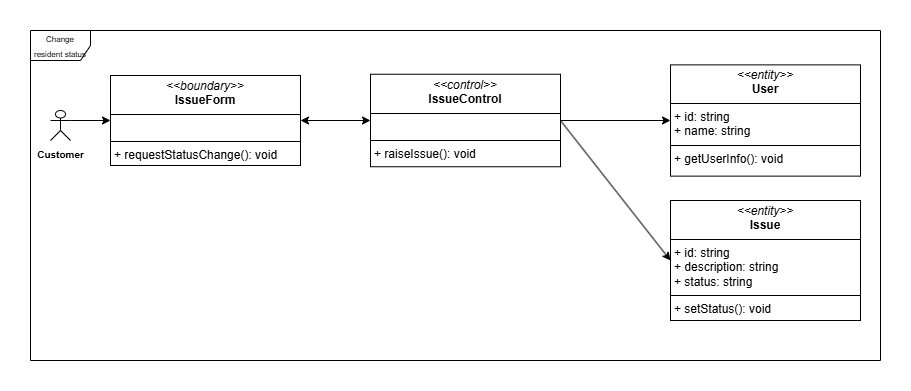
This is Class-diagram/Boundary–Control–EntityDiagram/RaiseIssue.png from HuyEuler/Apartment-management-system, a draw.io export, as it was before one commit. Source tidied: cells renumbered, new cells last; positions are measured from the earlier drawing's top-left corner, leaving out a move shared by most shapes.
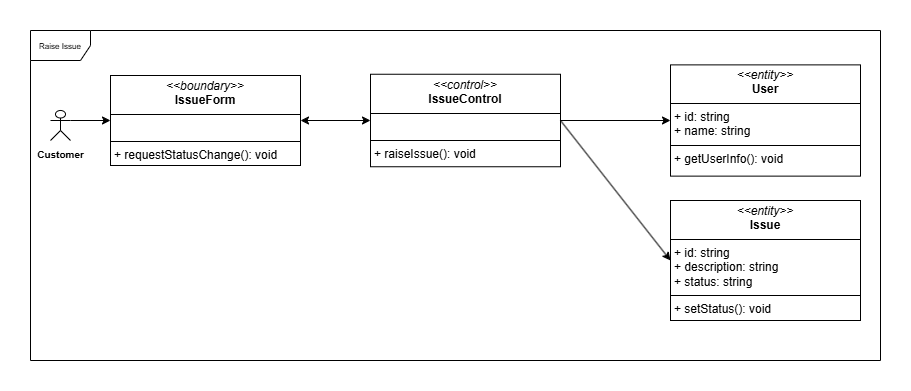
After the change.

Diff of the diagram source:
```diff
@@ -2,7 +2,7 @@
   <root>
     <mxCell id="0" />
     <mxCell id="1" parent="0" />
-    <mxCell id="2" value="&lt;font style=&quot;font-size: 8px;&quot;&gt;Change resident status&lt;/font&gt;" style="shape=umlFrame;whiteSpace=wrap;html=1;" parent="1" vertex="1">
+    <mxCell id="2" value="&lt;font style=&quot;font-size: 8px;&quot;&gt;Raise Issue&lt;/font&gt;" style="shape=umlFrame;whiteSpace=wrap;html=1;" parent="1" vertex="1">
       <mxGeometry width="850" height="330" as="geometry" />
     </mxCell>
     <mxCell id="3" value="&lt;font style=&quot;font-size: 10px;&quot;&gt;&lt;b&gt;Customer&lt;/b&gt;&lt;/font&gt;" style="shape=umlActor;verticalLabelPosition=bottom;verticalAlign=top;html=1;outlineConnect=0;" parent="1" vertex="1">
```
